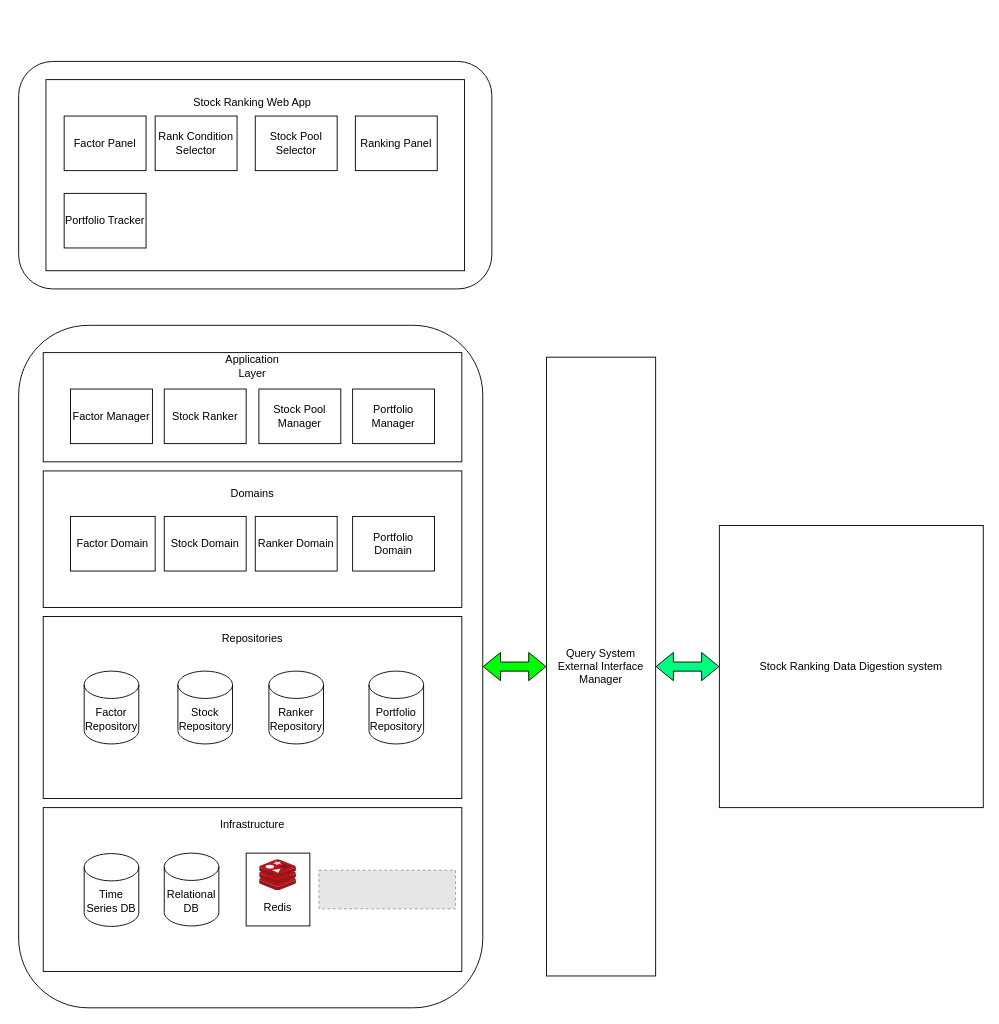
The draw.io diagram page "第 1 页" (2 of 2) of stock ranking query system.drawio in WRDSTech/documentations, before the edit. Source tidied: cells renumbered, new cells numbered last; positions are measured from the earlier drawing's top-left corner, leaving out a move shared by most shapes. Both pictures are drawn from the tidied source at 91%, with x=0, y=0 at pixel (18, 61). Pictures stored in the file or linked from it are replaced by grey dashed boxes.
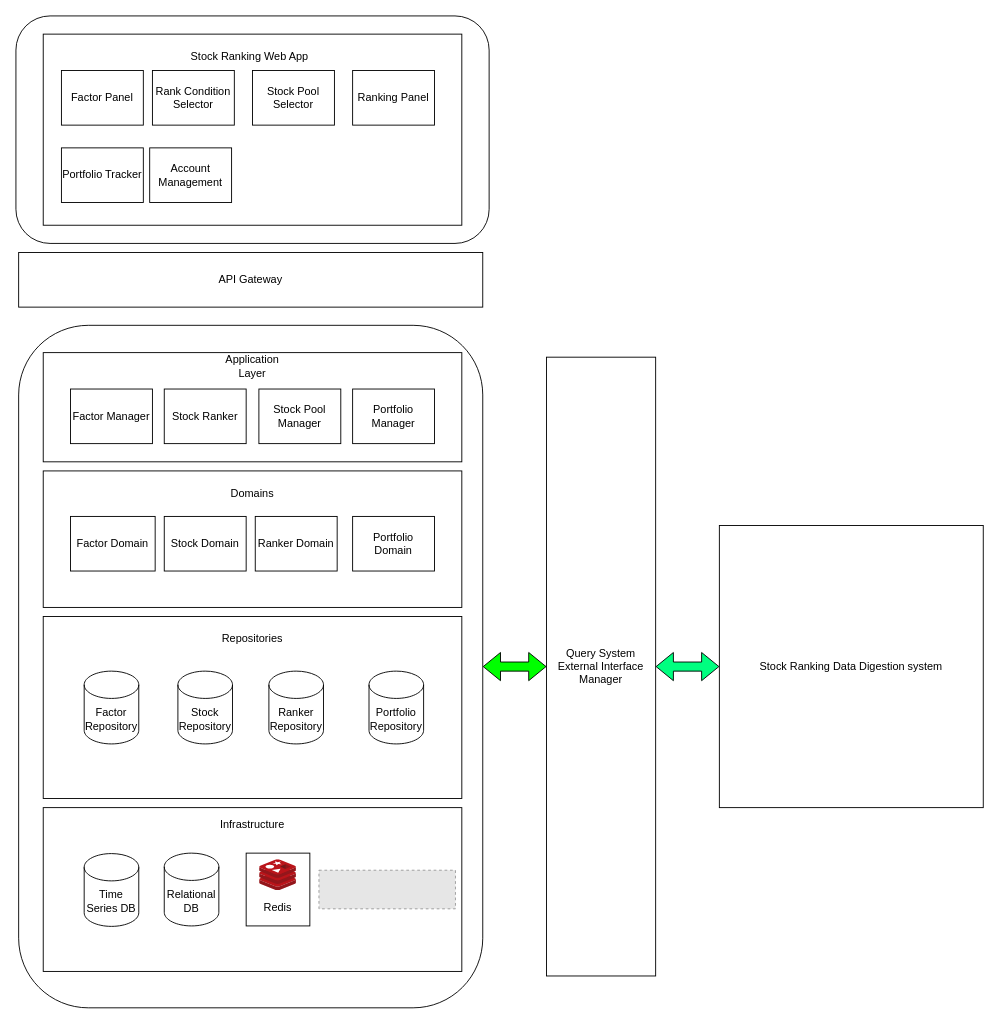
The same diagram, later.

What changed in the source:
```diff
@@
     <mxCell id="3" style="rounded=1;whiteSpace=wrap;html=1;" parent="1" vertex="1">
-      <mxGeometry width="520" height="250" as="geometry" />
+      <mxGeometry x="-3" y="-50" width="520" height="250" as="geometry" />
     </mxCell>
     <mxCell id="4" style="rounded=0;whiteSpace=wrap;html=1;" parent="1" vertex="1">
-      <mxGeometry x="30" y="20" width="460" height="210" as="geometry" />
+      <mxGeometry x="27" y="-30" width="460" height="210" as="geometry" />
     </mxCell>
     <mxCell id="5" value="Stock Ranking Web App" style="text;html=1;strokeColor=none;fillColor=none;align=center;verticalAlign=middle;whiteSpace=wrap;rounded=0;" parent="1" vertex="1">
-      <mxGeometry x="177" y="30" width="160" height="30" as="geometry" />
+      <mxGeometry x="174" y="-20" width="160" height="30" as="geometry" />
     </mxCell>
     <mxCell id="6" value="Factor Panel" style="rounded=0;whiteSpace=wrap;html=1;" parent="1" vertex="1">
-      <mxGeometry x="50" y="60" width="90" height="60" as="geometry" />
+      <mxGeometry x="47" y="10" width="90" height="60" as="geometry" />
     </mxCell>
     <mxCell id="7" value="Rank Condition&lt;br&gt;Selector" style="rounded=0;whiteSpace=wrap;html=1;" parent="1" vertex="1">
-      <mxGeometry x="150" y="60" width="90" height="60" as="geometry" />
+      <mxGeometry x="147" y="10" width="90" height="60" as="geometry" />
     </mxCell>
     <mxCell id="8" value="Stock Pool Selector" style="rounded=0;whiteSpace=wrap;html=1;" parent="1" vertex="1">
-      <mxGeometry x="260" y="60" width="90" height="60" as="geometry" />
+      <mxGeometry x="257" y="10" width="90" height="60" as="geometry" />
     </mxCell>
     <mxCell id="9" value="Ranking Panel" style="rounded=0;whiteSpace=wrap;html=1;" parent="1" vertex="1">
-      <mxGeometry x="370" y="60" width="90" height="60" as="geometry" />
+      <mxGeometry x="367" y="10" width="90" height="60" as="geometry" />
     </mxCell>
     <mxCell id="10" value="Portfolio Tracker" style="rounded=0;whiteSpace=wrap;html=1;" parent="1" vertex="1">
-      <mxGeometry x="50" y="145" width="90" height="60" as="geometry" />
+      <mxGeometry x="47" y="95" width="90" height="60" as="geometry" />
     </mxCell>
@@
+    <mxCell id="42" value="Account Management" style="rounded=0;whiteSpace=wrap;html=1;" parent="1" vertex="1">
+      <mxGeometry x="144" y="95" width="90" height="60" as="geometry" />
+    </mxCell>
+    <mxCell id="43" value="API Gateway" style="rounded=0;whiteSpace=wrap;html=1;" parent="1" vertex="1">
+      <mxGeometry y="210" width="510" height="60" as="geometry" />
+    </mxCell>
```
